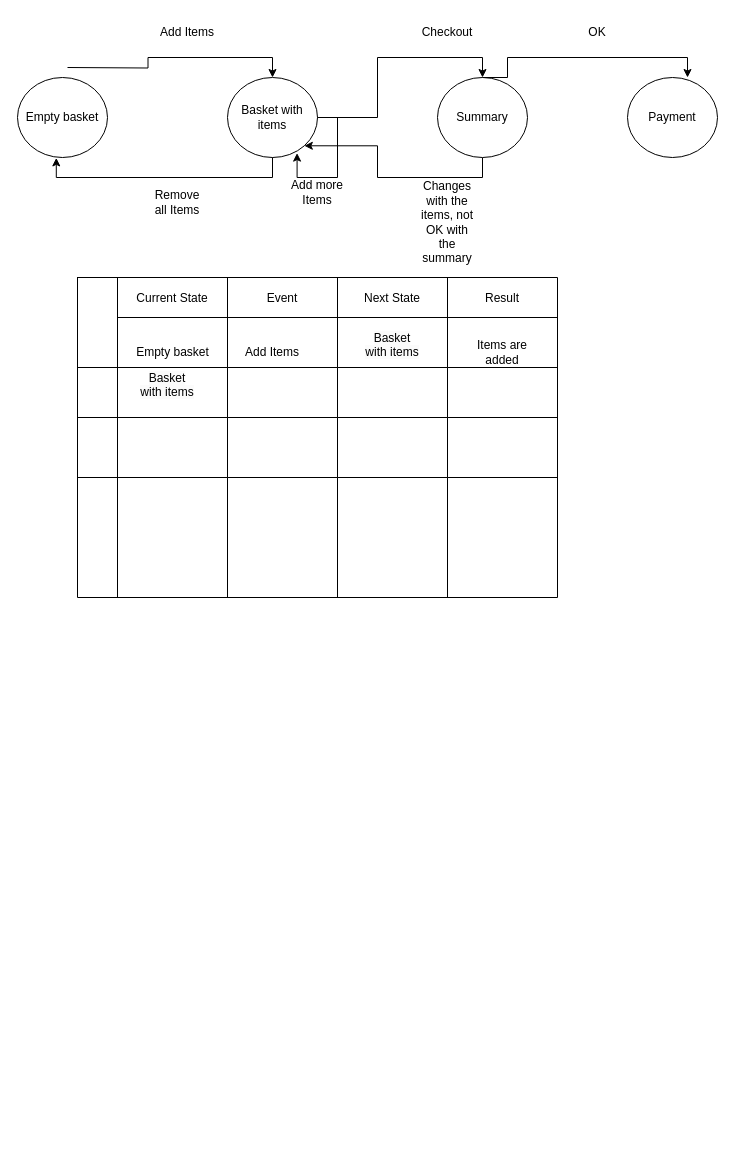
Earlier version of the draw.io diagram Untitled Diagram.drawio (IKPavlova1/QA-Manual). Source tidied: cells renumbered, new cells numbered last; positions are measured from the earlier drawing's top-left corner, leaving out a move shared by most shapes. Both pictures are drawn from the tidied source at 100%, with x=0, y=0 at pixel (17, 17).
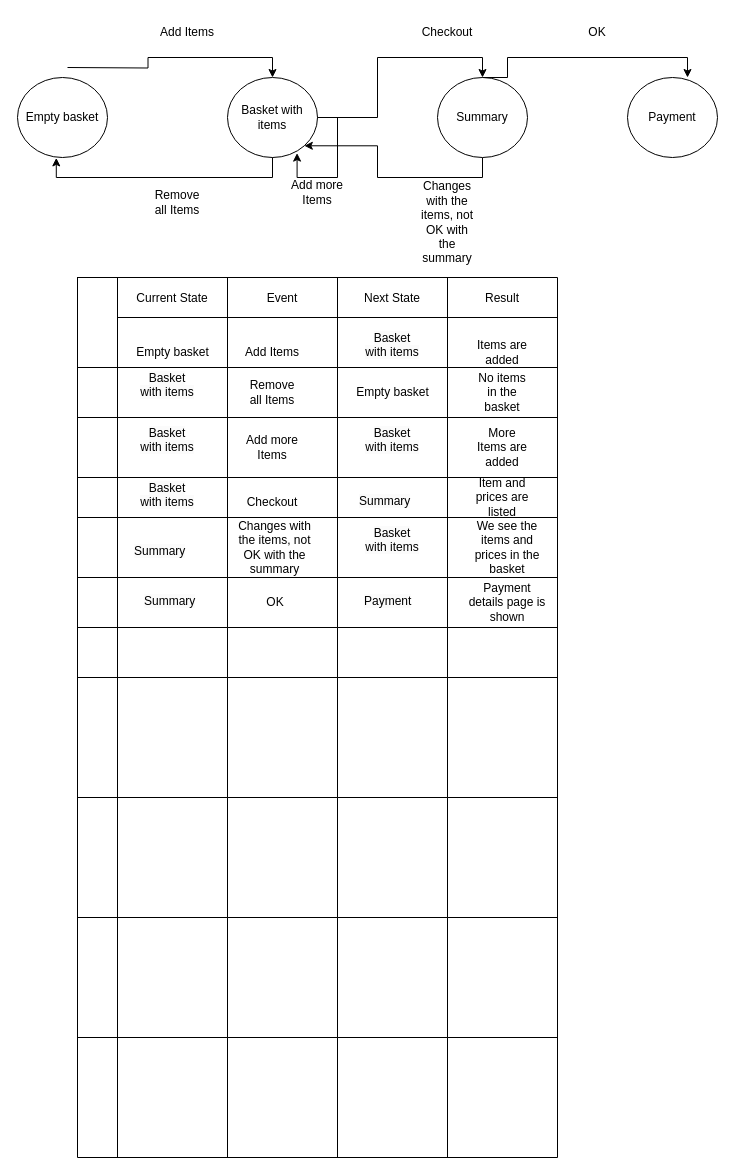
The same page after the edit.

The change refers to these unchanged cells:
```xml
<mxCell id="24" value="Next State" style="swimlane;swimlaneHead=0;swimlaneBody=0;fontStyle=0;strokeColor=inherit;fillColor=none;startSize=40;" parent="19" vertex="1">
  <mxGeometry x="260" width="110" height="90" as="geometry" />
</mxCell>
<mxCell id="31" style="swimlane;swimlaneHead=0;swimlaneBody=0;fontStyle=0;strokeColor=inherit;fillColor=none;startSize=0;" parent="28" vertex="1">
  <mxGeometry x="150" width="110" height="50" as="geometry" />
</mxCell>
<mxCell id="33" style="swimlane;swimlaneHead=0;swimlaneBody=0;fontStyle=0;strokeColor=inherit;fillColor=none;startSize=0;" parent="28" vertex="1">
  <mxGeometry x="370" width="110" height="50" as="geometry" />
</mxCell>
<mxCell id="35" style="swimlane;swimlaneHead=0;swimlaneBody=0;fontStyle=0;strokeColor=inherit;fillColor=none;startSize=0;" parent="34" vertex="1">
  <mxGeometry x="40" width="110" height="60" as="geometry" />
</mxCell>
<mxCell id="36" style="swimlane;swimlaneHead=0;swimlaneBody=0;fontStyle=0;strokeColor=inherit;fillColor=none;startSize=0;" parent="34" vertex="1">
  <mxGeometry x="150" width="110" height="60" as="geometry" />
</mxCell>
<mxCell id="37" style="swimlane;swimlaneHead=0;swimlaneBody=0;fontStyle=0;strokeColor=inherit;fillColor=none;startSize=0;" parent="34" vertex="1">
  <mxGeometry x="260" width="110" height="60" as="geometry" />
</mxCell>
<mxCell id="38" style="swimlane;swimlaneHead=0;swimlaneBody=0;fontStyle=0;strokeColor=inherit;fillColor=none;startSize=0;" parent="34" vertex="1">
  <mxGeometry x="370" width="110" height="60" as="geometry" />
</mxCell>
```

The edit, as a diff of the source:
```diff
@@
     <mxCell id="18" style="shape=table;childLayout=tableLayout;startSize=0;fillColor=none;" parent="1" vertex="1">
-      <mxGeometry x="60" y="260" width="480" height="320" as="geometry" />
+      <mxGeometry x="60" y="260" width="480" height="240" as="geometry" />
     </mxCell>
@@
+    <mxCell id="44" value="Empty basket" style="text;html=1;align=center;verticalAlign=middle;strokeColor=none;fillColor=none;" parent="24" vertex="1">
+      <mxGeometry x="5" y="100" width="100" height="30" as="geometry" />
+    </mxCell>
@@
+    <mxCell id="45" value="Remove all Items" style="text;html=1;strokeColor=none;fillColor=none;align=center;verticalAlign=middle;whiteSpace=wrap;rounded=0;" parent="31" vertex="1">
+      <mxGeometry x="15" y="10" width="60" height="30" as="geometry" />
+    </mxCell>
@@
+    <mxCell id="46" value="No items in the basket" style="text;html=1;strokeColor=none;fillColor=none;align=center;verticalAlign=middle;whiteSpace=wrap;rounded=0;" parent="33" vertex="1">
+      <mxGeometry x="25" y="10" width="60" height="30" as="geometry" />
+    </mxCell>
@@
+    <mxCell id="47" value="&#10;&lt;span style=&quot;color: rgb(0, 0, 0); font-family: Helvetica; font-size: 12px; font-style: normal; font-variant-ligatures: normal; font-variant-caps: normal; font-weight: 400; letter-spacing: normal; orphans: 2; text-align: center; text-indent: 0px; text-transform: none; widows: 2; word-spacing: 0px; -webkit-text-stroke-width: 0px; background-color: rgb(251, 251, 251); text-decoration-thickness: initial; text-decoration-style: initial; text-decoration-color: initial; float: none; display: inline !important;&quot;&gt;Basket with items&lt;/span&gt;&#10;&#10;" style="text;html=1;strokeColor=none;fillColor=none;align=center;verticalAlign=middle;whiteSpace=wrap;rounded=0;" parent="35" vertex="1">
+      <mxGeometry x="20" y="15" width="60" height="30" as="geometry" />
+    </mxCell>
@@
+    <mxCell id="48" value="Add more Items" style="text;html=1;strokeColor=none;fillColor=none;align=center;verticalAlign=middle;whiteSpace=wrap;rounded=0;" parent="36" vertex="1">
+      <mxGeometry x="15" y="15" width="60" height="30" as="geometry" />
+    </mxCell>
@@
+    <mxCell id="49" value="&#10;&lt;span style=&quot;color: rgb(0, 0, 0); font-family: Helvetica; font-size: 12px; font-style: normal; font-variant-ligatures: normal; font-variant-caps: normal; font-weight: 400; letter-spacing: normal; orphans: 2; text-align: center; text-indent: 0px; text-transform: none; widows: 2; word-spacing: 0px; -webkit-text-stroke-width: 0px; background-color: rgb(251, 251, 251); text-decoration-thickness: initial; text-decoration-style: initial; text-decoration-color: initial; float: none; display: inline !important;&quot;&gt;Basket with items&lt;/span&gt;&#10;&#10;" style="text;html=1;strokeColor=none;fillColor=none;align=center;verticalAlign=middle;whiteSpace=wrap;rounded=0;" parent="37" vertex="1">
+      <mxGeometry x="25" y="15" width="60" height="30" as="geometry" />
+    </mxCell>
@@
+    <mxCell id="50" value="More Items are added" style="text;html=1;strokeColor=none;fillColor=none;align=center;verticalAlign=middle;whiteSpace=wrap;rounded=0;" parent="38" vertex="1">
+      <mxGeometry x="25" y="15" width="60" height="30" as="geometry" />
+    </mxCell>
     <mxCell id="39" style="shape=tableRow;horizontal=0;swimlaneHead=0;swimlaneBody=0;top=0;left=0;strokeColor=inherit;bottom=0;right=0;fontStyle=0;fillColor=none;startSize=40;" parent="18" vertex="1">
-      <mxGeometry y="200" width="480" height="120" as="geometry" />
+      <mxGeometry y="200" width="480" height="40" as="geometry" />
     </mxCell>
     <mxCell id="40" style="swimlane;swimlaneHead=0;swimlaneBody=0;fontStyle=0;strokeColor=inherit;fillColor=none;startSize=0;" parent="39" vertex="1">
-      <mxGeometry x="40" width="110" height="120" as="geometry" />
+      <mxGeometry x="40" width="110" height="40" as="geometry" />
     </mxCell>
     <mxCell id="41" style="swimlane;swimlaneHead=0;swimlaneBody=0;fontStyle=0;strokeColor=inherit;fillColor=none;startSize=0;" parent="39" vertex="1">
-      <mxGeometry x="150" width="110" height="120" as="geometry" />
+      <mxGeometry x="150" width="110" height="40" as="geometry" />
     </mxCell>
     <mxCell id="42" style="swimlane;swimlaneHead=0;swimlaneBody=0;fontStyle=0;strokeColor=inherit;fillColor=none;startSize=0;" parent="39" vertex="1">
-      <mxGeometry x="260" width="110" height="120" as="geometry" />
+      <mxGeometry x="260" width="110" height="40" as="geometry" />
     </mxCell>
+    <mxCell id="51" value="&lt;span style=&quot;color: rgb(0, 0, 0); font-family: Helvetica; font-size: 12px; font-style: normal; font-variant-ligatures: normal; font-variant-caps: normal; font-weight: 400; letter-spacing: normal; orphans: 2; text-align: center; text-indent: 0px; text-transform: none; widows: 2; word-spacing: 0px; -webkit-text-stroke-width: 0px; background-color: rgb(251, 251, 251); text-decoration-thickness: initial; text-decoration-style: initial; text-decoration-color: initial; float: none; display: inline !important;&quot;&gt;Summary&lt;/span&gt;" style="text;whiteSpace=wrap;html=1;" parent="42" vertex="1">
+      <mxGeometry x="20" y="10" width="80" height="40" as="geometry" />
+    </mxCell>
     <mxCell id="43" style="swimlane;swimlaneHead=0;swimlaneBody=0;fontStyle=0;strokeColor=inherit;fillColor=none;startSize=0;" parent="39" vertex="1">
-      <mxGeometry x="370" width="110" height="120" as="geometry" />
+      <mxGeometry x="370" width="110" height="40" as="geometry" />
     </mxCell>
+    <mxCell id="52" value="Item and prices are listed" style="text;html=1;strokeColor=none;fillColor=none;align=center;verticalAlign=middle;whiteSpace=wrap;rounded=0;" parent="43" vertex="1">
+      <mxGeometry x="25" y="5" width="60" height="30" as="geometry" />
+    </mxCell>
+    <mxCell id="53" style="swimlane;swimlaneHead=0;swimlaneBody=0;fontStyle=0;strokeColor=inherit;fillColor=none;startSize=0;" parent="1" vertex="1">
+      <mxGeometry x="110" y="470" width="110" height="120" as="geometry" />
+    </mxCell>
+    <mxCell id="54" value="&#10;&lt;span style=&quot;color: rgb(0, 0, 0); font-family: Helvetica; font-size: 12px; font-style: normal; font-variant-ligatures: normal; font-variant-caps: normal; font-weight: 400; letter-spacing: normal; orphans: 2; text-align: center; text-indent: 0px; text-transform: none; widows: 2; word-spacing: 0px; -webkit-text-stroke-width: 0px; background-color: rgb(251, 251, 251); text-decoration-thickness: initial; text-decoration-style: initial; text-decoration-color: initial; float: none; display: inline !important;&quot;&gt;Basket with items&lt;/span&gt;&#10;&#10;" style="text;html=1;strokeColor=none;fillColor=none;align=center;verticalAlign=middle;whiteSpace=wrap;rounded=0;" parent="53" vertex="1">
+      <mxGeometry x="10" width="60" height="30" as="geometry" />
+    </mxCell>
+    <mxCell id="55" style="swimlane;swimlaneHead=0;swimlaneBody=0;fontStyle=0;strokeColor=inherit;fillColor=none;startSize=0;" parent="1" vertex="1">
+      <mxGeometry x="220" y="470" width="110" height="120" as="geometry" />
+    </mxCell>
+    <mxCell id="56" value="Checkout" style="text;html=1;strokeColor=none;fillColor=none;align=center;verticalAlign=middle;whiteSpace=wrap;rounded=0;" parent="55" vertex="1">
+      <mxGeometry x="5" width="60" height="30" as="geometry" />
+    </mxCell>
+    <mxCell id="57" style="shape=table;childLayout=tableLayout;startSize=0;fillColor=none;" parent="1" vertex="1">
+      <mxGeometry x="60" y="500" width="480" height="640" as="geometry" />
+    </mxCell>
+    <mxCell id="58" style="shape=tableRow;horizontal=0;swimlaneHead=0;swimlaneBody=0;top=0;left=0;strokeColor=inherit;bottom=0;right=0;fontStyle=0;fillColor=none;startSize=40;" parent="57" vertex="1">
+      <mxGeometry width="480" height="60" as="geometry" />
+    </mxCell>
+    <mxCell id="59" style="swimlane;swimlaneHead=0;swimlaneBody=0;fontStyle=0;strokeColor=inherit;fillColor=none;startSize=0;" parent="58" vertex="1">
+      <mxGeometry x="40" width="110" height="60" as="geometry" />
+    </mxCell>
+    <mxCell id="60" value="&lt;span style=&quot;color: rgb(0, 0, 0); font-family: Helvetica; font-size: 12px; font-style: normal; font-variant-ligatures: normal; font-variant-caps: normal; font-weight: 400; letter-spacing: normal; orphans: 2; text-align: center; text-indent: 0px; text-transform: none; widows: 2; word-spacing: 0px; -webkit-text-stroke-width: 0px; background-color: rgb(251, 251, 251); text-decoration-thickness: initial; text-decoration-style: initial; text-decoration-color: initial; float: none; display: inline !important;&quot;&gt;Summary&lt;/span&gt;" style="text;whiteSpace=wrap;html=1;" parent="59" vertex="1">
+      <mxGeometry x="15" y="20" width="80" height="40" as="geometry" />
+    </mxCell>
+    <mxCell id="61" style="swimlane;swimlaneHead=0;swimlaneBody=0;fontStyle=0;strokeColor=inherit;fillColor=none;startSize=0;" parent="58" vertex="1">
+      <mxGeometry x="150" width="110" height="60" as="geometry" />
+    </mxCell>
+    <mxCell id="62" value="Changes with the items, not OK with the summary" style="text;html=1;strokeColor=none;fillColor=none;align=center;verticalAlign=middle;whiteSpace=wrap;rounded=0;" parent="61" vertex="1">
+      <mxGeometry x="5" y="15" width="85" height="30" as="geometry" />
+    </mxCell>
+    <mxCell id="63" style="swimlane;swimlaneHead=0;swimlaneBody=0;fontStyle=0;strokeColor=inherit;fillColor=none;startSize=0;" parent="58" vertex="1">
+      <mxGeometry x="260" width="110" height="60" as="geometry" />
+    </mxCell>
+    <mxCell id="64" value="&#10;&lt;span style=&quot;color: rgb(0, 0, 0); font-family: Helvetica; font-size: 12px; font-style: normal; font-variant-ligatures: normal; font-variant-caps: normal; font-weight: 400; letter-spacing: normal; orphans: 2; text-align: center; text-indent: 0px; text-transform: none; widows: 2; word-spacing: 0px; -webkit-text-stroke-width: 0px; background-color: rgb(251, 251, 251); text-decoration-thickness: initial; text-decoration-style: initial; text-decoration-color: initial; float: none; display: inline !important;&quot;&gt;Basket with items&lt;/span&gt;&#10;&#10;" style="text;html=1;strokeColor=none;fillColor=none;align=center;verticalAlign=middle;whiteSpace=wrap;rounded=0;" parent="63" vertex="1">
+      <mxGeometry x="25" y="15" width="60" height="30" as="geometry" />
+    </mxCell>
+    <mxCell id="65" style="swimlane;swimlaneHead=0;swimlaneBody=0;fontStyle=0;strokeColor=inherit;fillColor=none;startSize=0;" parent="58" vertex="1">
+      <mxGeometry x="370" width="110" height="60" as="geometry" />
+    </mxCell>
+    <mxCell id="66" value="We see the items and prices in the basket" style="text;html=1;strokeColor=none;fillColor=none;align=center;verticalAlign=middle;whiteSpace=wrap;rounded=0;" parent="65" vertex="1">
+      <mxGeometry x="20" y="15" width="80" height="30" as="geometry" />
+    </mxCell>
+    <mxCell id="67" style="shape=tableRow;horizontal=0;swimlaneHead=0;swimlaneBody=0;top=0;left=0;strokeColor=inherit;bottom=0;right=0;fontStyle=0;fillColor=none;startSize=40;" parent="57" vertex="1">
+      <mxGeometry y="60" width="480" height="50" as="geometry" />
+    </mxCell>
+    <mxCell id="68" style="swimlane;swimlaneHead=0;swimlaneBody=0;fontStyle=0;strokeColor=inherit;fillColor=none;startSize=0;" parent="67" vertex="1">
+      <mxGeometry x="40" width="110" height="50" as="geometry" />
+    </mxCell>
+    <mxCell id="69" value="&lt;span style=&quot;color: rgb(0, 0, 0); font-family: Helvetica; font-size: 12px; font-style: normal; font-variant-ligatures: normal; font-variant-caps: normal; font-weight: 400; letter-spacing: normal; orphans: 2; text-align: center; text-indent: 0px; text-transform: none; widows: 2; word-spacing: 0px; -webkit-text-stroke-width: 0px; background-color: rgb(251, 251, 251); text-decoration-thickness: initial; text-decoration-style: initial; text-decoration-color: initial; float: none; display: inline !important;&quot;&gt;Summary&lt;/span&gt;" style="text;whiteSpace=wrap;html=1;" parent="68" vertex="1">
+      <mxGeometry x="25" y="10" width="80" height="40" as="geometry" />
+    </mxCell>
+    <mxCell id="70" style="swimlane;swimlaneHead=0;swimlaneBody=0;fontStyle=0;strokeColor=inherit;fillColor=none;startSize=0;" parent="67" vertex="1">
+      <mxGeometry x="150" width="110" height="50" as="geometry" />
+    </mxCell>
+    <mxCell id="71" value="OK" style="text;html=1;strokeColor=none;fillColor=none;align=center;verticalAlign=middle;whiteSpace=wrap;rounded=0;" parent="70" vertex="1">
+      <mxGeometry x="17.5" y="10" width="60" height="30" as="geometry" />
+    </mxCell>
+    <mxCell id="72" style="swimlane;swimlaneHead=0;swimlaneBody=0;fontStyle=0;strokeColor=inherit;fillColor=none;startSize=0;" parent="67" vertex="1">
+      <mxGeometry x="260" width="110" height="50" as="geometry" />
+    </mxCell>
+    <mxCell id="73" value="&lt;span style=&quot;color: rgb(0, 0, 0); font-family: Helvetica; font-size: 12px; font-style: normal; font-variant-ligatures: normal; font-variant-caps: normal; font-weight: 400; letter-spacing: normal; orphans: 2; text-align: center; text-indent: 0px; text-transform: none; widows: 2; word-spacing: 0px; -webkit-text-stroke-width: 0px; background-color: rgb(251, 251, 251); text-decoration-thickness: initial; text-decoration-style: initial; text-decoration-color: initial; float: none; display: inline !important;&quot;&gt;Payment&lt;/span&gt;" style="text;whiteSpace=wrap;html=1;" parent="72" vertex="1">
+      <mxGeometry x="25" y="10" width="80" height="40" as="geometry" />
+    </mxCell>
+    <mxCell id="74" style="swimlane;swimlaneHead=0;swimlaneBody=0;fontStyle=0;strokeColor=inherit;fillColor=none;startSize=0;" parent="67" vertex="1">
+      <mxGeometry x="370" width="110" height="50" as="geometry" />
+    </mxCell>
+    <mxCell id="75" value="Payment details page is shown" style="text;html=1;strokeColor=none;fillColor=none;align=center;verticalAlign=middle;whiteSpace=wrap;rounded=0;" parent="74" vertex="1">
+      <mxGeometry x="20" y="10" width="80" height="30" as="geometry" />
+    </mxCell>
+    <mxCell id="76" style="shape=tableRow;horizontal=0;swimlaneHead=0;swimlaneBody=0;top=0;left=0;strokeColor=inherit;bottom=0;right=0;fontStyle=0;fillColor=none;startSize=40;" parent="57" vertex="1">
+      <mxGeometry y="110" width="480" height="50" as="geometry" />
+    </mxCell>
+    <mxCell id="77" style="swimlane;swimlaneHead=0;swimlaneBody=0;fontStyle=0;strokeColor=inherit;fillColor=none;startSize=0;" parent="76" vertex="1">
+      <mxGeometry x="40" width="110" height="50" as="geometry" />
+    </mxCell>
+    <mxCell id="78" style="swimlane;swimlaneHead=0;swimlaneBody=0;fontStyle=0;strokeColor=inherit;fillColor=none;startSize=0;" parent="76" vertex="1">
+      <mxGeometry x="150" width="110" height="50" as="geometry" />
+    </mxCell>
+    <mxCell id="79" style="swimlane;swimlaneHead=0;swimlaneBody=0;fontStyle=0;strokeColor=inherit;fillColor=none;startSize=0;" parent="76" vertex="1">
+      <mxGeometry x="260" width="110" height="50" as="geometry" />
+    </mxCell>
+    <mxCell id="80" style="swimlane;swimlaneHead=0;swimlaneBody=0;fontStyle=0;strokeColor=inherit;fillColor=none;startSize=0;" parent="76" vertex="1">
+      <mxGeometry x="370" width="110" height="50" as="geometry" />
+    </mxCell>
+    <mxCell id="81" style="shape=tableRow;horizontal=0;swimlaneHead=0;swimlaneBody=0;top=0;left=0;strokeColor=inherit;bottom=0;right=0;fontStyle=0;fillColor=none;startSize=40;" parent="57" vertex="1">
+      <mxGeometry y="160" width="480" height="120" as="geometry" />
+    </mxCell>
+    <mxCell id="82" style="swimlane;swimlaneHead=0;swimlaneBody=0;fontStyle=0;strokeColor=inherit;fillColor=none;startSize=0;" parent="81" vertex="1">
+      <mxGeometry x="40" width="110" height="120" as="geometry" />
+    </mxCell>
+    <mxCell id="83" style="swimlane;swimlaneHead=0;swimlaneBody=0;fontStyle=0;strokeColor=inherit;fillColor=none;startSize=0;" parent="81" vertex="1">
+      <mxGeometry x="150" width="110" height="120" as="geometry" />
+    </mxCell>
+    <mxCell id="84" style="swimlane;swimlaneHead=0;swimlaneBody=0;fontStyle=0;strokeColor=inherit;fillColor=none;startSize=0;" parent="81" vertex="1">
+      <mxGeometry x="260" width="110" height="120" as="geometry" />
+    </mxCell>
+    <mxCell id="85" style="swimlane;swimlaneHead=0;swimlaneBody=0;fontStyle=0;strokeColor=inherit;fillColor=none;startSize=0;" parent="81" vertex="1">
+      <mxGeometry x="370" width="110" height="120" as="geometry" />
+    </mxCell>
+    <mxCell id="86" style="shape=tableRow;horizontal=0;swimlaneHead=0;swimlaneBody=0;top=0;left=0;strokeColor=inherit;bottom=0;right=0;fontStyle=0;fillColor=none;startSize=40;" parent="57" vertex="1">
+      <mxGeometry y="280" width="480" height="120" as="geometry" />
+    </mxCell>
+    <mxCell id="87" style="swimlane;swimlaneHead=0;swimlaneBody=0;fontStyle=0;strokeColor=inherit;fillColor=none;startSize=0;" parent="86" vertex="1">
+      <mxGeometry x="40" width="110" height="120" as="geometry" />
+    </mxCell>
+    <mxCell id="88" style="swimlane;swimlaneHead=0;swimlaneBody=0;fontStyle=0;strokeColor=inherit;fillColor=none;startSize=0;" parent="86" vertex="1">
+      <mxGeometry x="150" width="110" height="120" as="geometry" />
+    </mxCell>
+    <mxCell id="89" style="swimlane;swimlaneHead=0;swimlaneBody=0;fontStyle=0;strokeColor=inherit;fillColor=none;startSize=0;" parent="86" vertex="1">
+      <mxGeometry x="260" width="110" height="120" as="geometry" />
+    </mxCell>
+    <mxCell id="90" style="swimlane;swimlaneHead=0;swimlaneBody=0;fontStyle=0;strokeColor=inherit;fillColor=none;startSize=0;" parent="86" vertex="1">
+      <mxGeometry x="370" width="110" height="120" as="geometry" />
+    </mxCell>
+    <mxCell id="91" style="shape=tableRow;horizontal=0;swimlaneHead=0;swimlaneBody=0;top=0;left=0;strokeColor=inherit;bottom=0;right=0;fontStyle=0;fillColor=none;startSize=40;" parent="57" vertex="1">
+      <mxGeometry y="400" width="480" height="120" as="geometry" />
+    </mxCell>
+    <mxCell id="92" style="swimlane;swimlaneHead=0;swimlaneBody=0;fontStyle=0;strokeColor=inherit;fillColor=none;startSize=0;" parent="91" vertex="1">
+      <mxGeometry x="40" width="110" height="120" as="geometry" />
+    </mxCell>
+    <mxCell id="93" style="swimlane;swimlaneHead=0;swimlaneBody=0;fontStyle=0;strokeColor=inherit;fillColor=none;startSize=0;" parent="91" vertex="1">
+      <mxGeometry x="150" width="110" height="120" as="geometry" />
+    </mxCell>
+    <mxCell id="94" style="swimlane;swimlaneHead=0;swimlaneBody=0;fontStyle=0;strokeColor=inherit;fillColor=none;startSize=0;" parent="91" vertex="1">
+      <mxGeometry x="260" width="110" height="120" as="geometry" />
+    </mxCell>
+    <mxCell id="95" style="swimlane;swimlaneHead=0;swimlaneBody=0;fontStyle=0;strokeColor=inherit;fillColor=none;startSize=0;" parent="91" vertex="1">
+      <mxGeometry x="370" width="110" height="120" as="geometry" />
+    </mxCell>
+    <mxCell id="96" style="shape=tableRow;horizontal=0;swimlaneHead=0;swimlaneBody=0;top=0;left=0;strokeColor=inherit;bottom=0;right=0;fontStyle=0;fillColor=none;startSize=40;" parent="57" vertex="1">
+      <mxGeometry y="520" width="480" height="120" as="geometry" />
+    </mxCell>
+    <mxCell id="97" style="swimlane;swimlaneHead=0;swimlaneBody=0;fontStyle=0;strokeColor=inherit;fillColor=none;startSize=0;" parent="96" vertex="1">
+      <mxGeometry x="40" width="110" height="120" as="geometry" />
+    </mxCell>
+    <mxCell id="98" style="swimlane;swimlaneHead=0;swimlaneBody=0;fontStyle=0;strokeColor=inherit;fillColor=none;startSize=0;" parent="96" vertex="1">
+      <mxGeometry x="150" width="110" height="120" as="geometry" />
+    </mxCell>
+    <mxCell id="99" style="swimlane;swimlaneHead=0;swimlaneBody=0;fontStyle=0;strokeColor=inherit;fillColor=none;startSize=0;" parent="96" vertex="1">
+      <mxGeometry x="260" width="110" height="120" as="geometry" />
+    </mxCell>
+    <mxCell id="100" style="swimlane;swimlaneHead=0;swimlaneBody=0;fontStyle=0;strokeColor=inherit;fillColor=none;startSize=0;" parent="96" vertex="1">
+      <mxGeometry x="370" width="110" height="120" as="geometry" />
+    </mxCell>
```
